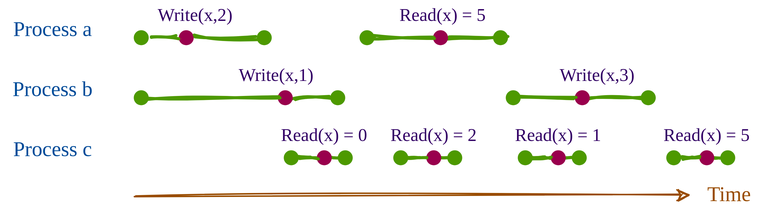
Before: img/sequential-consistency-inv-graph.svg, a diagram exported from draw.io (Sunmxt/sunmxt.github.io). Source tidied: cells renumbered, new cells last; positions are measured from the earlier drawing's top-left corner, leaving out a move shared by most shapes.
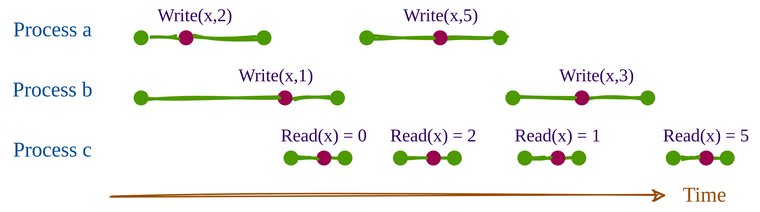
Above is the later version.

The edit, as a diff of the source:
```diff
@@ -4,12 +4,12 @@
     <mxCell id="1" parent="0" />
     <mxCell id="2" style="endArrow=classic;html=1;shadow=0;strokeWidth=1;sketch=1;strokeColor=#994C00;" parent="1" edge="1">
       <mxGeometry relative="1" as="geometry">
-        <mxPoint x="90" y="130" as="sourcePoint" />
-        <mxPoint x="460" y="130" as="targetPoint" />
+        <mxPoint x="74" y="130" as="sourcePoint" />
+        <mxPoint x="444" y="130" as="targetPoint" />
       </mxGeometry>
     </mxCell>
     <mxCell id="3" value="&lt;font color=&quot;#994c00&quot; face=&quot;Comic Sans MS&quot; style=&quot;font-size: 14px&quot;&gt;Time&lt;/font&gt;" style="text;html=1;strokeColor=none;fillColor=none;align=center;verticalAlign=middle;whiteSpace=wrap;rounded=0;" parent="1" vertex="1">
-      <mxGeometry x="466" y="120" width="40" height="20" as="geometry" />
+      <mxGeometry x="450" y="120" width="40" height="20" as="geometry" />
     </mxCell>
     <mxCell id="4" value="&lt;font face=&quot;Comic Sans MS&quot; color=&quot;#004c99&quot; style=&quot;font-size: 14px&quot;&gt;Process a&lt;/font&gt;" style="text;html=1;strokeColor=none;fillColor=none;align=center;verticalAlign=middle;whiteSpace=wrap;rounded=0;" parent="1" vertex="1">
       <mxGeometry y="10" width="70" height="20" as="geometry" />
@@ -75,9 +75,6 @@
     <mxCell id="21" style="endArrow=none;html=1;fillColor=#dae8fc;strokeWidth=2;rounded=1;shadow=0;sketch=1;strokeColor=#4D9900;" parent="1" edge="1" source="23" target="20">
       <mxGeometry relative="1" as="geometry" />
     </mxCell>
-    <mxCell id="22" value="&lt;font face=&quot;Comic Sans MS&quot;&gt;Read(x) = 5&lt;/font&gt;" style="text;html=1;strokeColor=none;fillColor=none;align=center;verticalAlign=middle;whiteSpace=wrap;rounded=0;fontColor=#330066;" parent="1" vertex="1">
-      <mxGeometry x="259.5" width="70" height="20" as="geometry" />
-    </mxCell>
     <mxCell id="23" style="shape=ellipse;strokeColor=none;html=1;fillColor=#99004D;" parent="1" vertex="1">
       <mxGeometry x="288.5" y="20" width="10" height="10" as="geometry" />
     </mxCell>
@@ -207,5 +204,8 @@
     <mxCell id="61" style="endArrow=none;html=1;fillColor=#dae8fc;strokeWidth=2;rounded=1;shadow=0;sketch=1;strokeColor=#4D9900;" parent="1" edge="1" source="55" target="60">
       <mxGeometry relative="1" as="geometry" />
     </mxCell>
+    <mxCell id="62" value="&lt;font face=&quot;Comic Sans MS&quot;&gt;Write(x,5)&lt;/font&gt;" style="text;html=1;strokeColor=none;fillColor=none;align=center;verticalAlign=middle;whiteSpace=wrap;rounded=0;fontColor=#330066;" parent="1" vertex="1">
+      <mxGeometry x="273.5" width="40" height="20" as="geometry" />
+    </mxCell>
   </root>
 </mxGraphModel>
```
